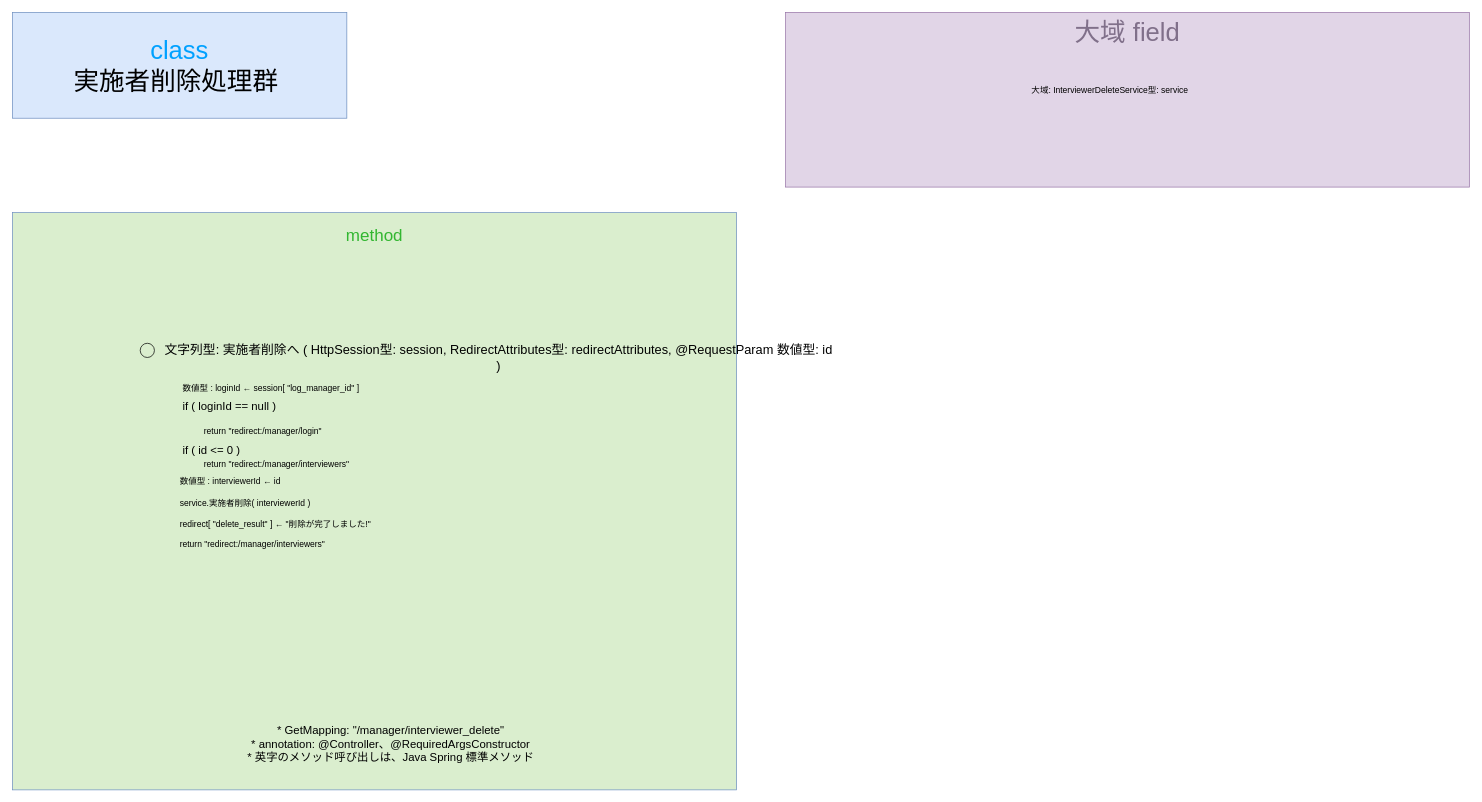
The draw.io diagram gijigengo/controller/manager/meeting_reservation_sys controller_manager InterviewerDeleteControllerクラス 疑似言語.drawio in tro319/meeting_reservation_system, before the edit. Source tidied: cells renumbered, new cells numbered last; positions are measured from the earlier drawing's top-left corner, leaving out a move shared by most shapes. Both pictures are drawn from the tidied source at 71%, with x=0, y=0 at pixel (12, 12).
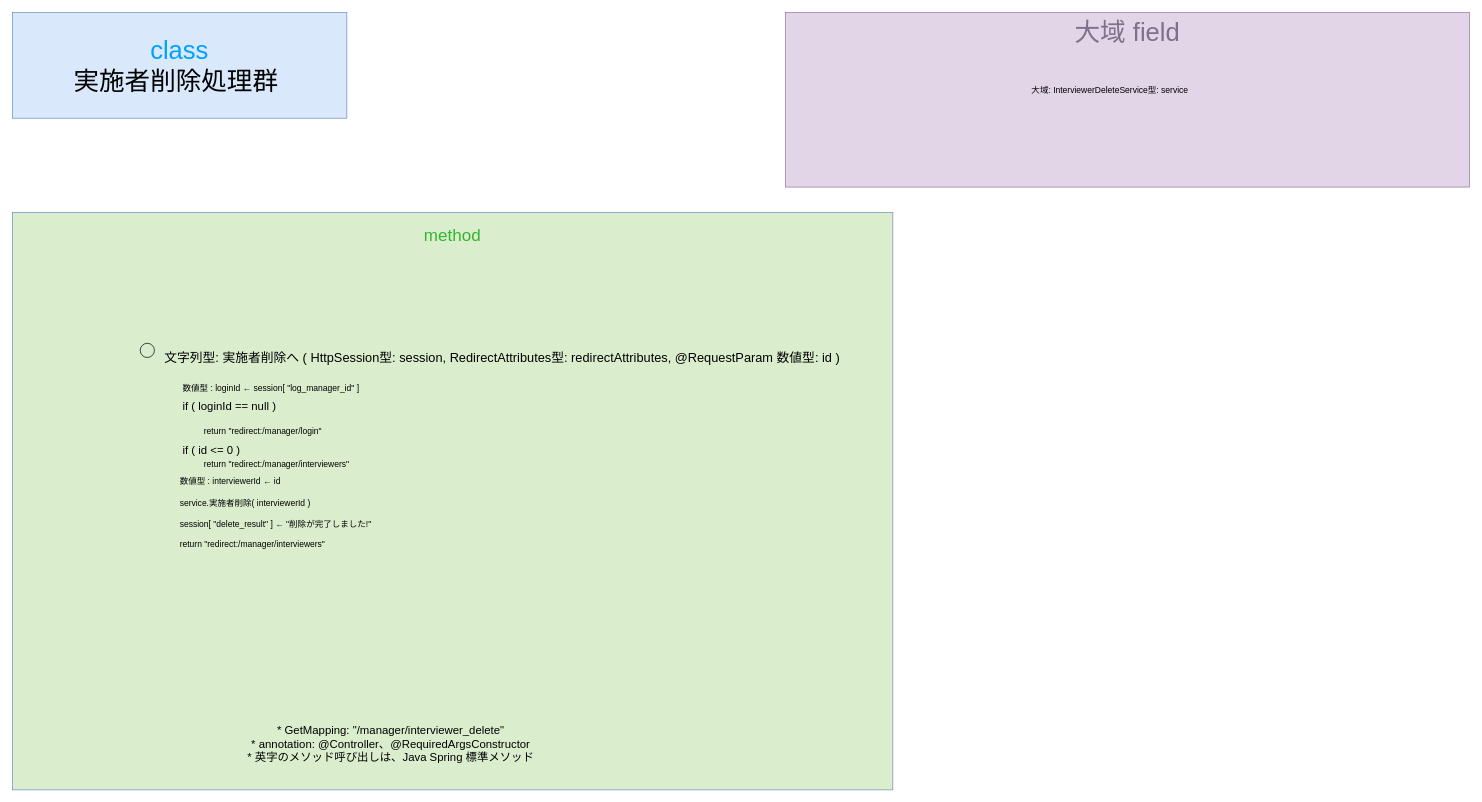
The same diagram, later.

Diff of the diagram source:
```diff
@@
 <mxGraphModel>
   <root>
     <mxCell id="0" />
     <mxCell id="1" parent="0" />
     <mxCell id="2" value="&lt;div&gt;&lt;span style=&quot;color: rgb(0, 161, 255);&quot;&gt;class&lt;/span&gt;&lt;/div&gt;&lt;div&gt;実施者削除処理群&amp;nbsp;&lt;/div&gt;" style="text;html=1;whiteSpace=wrap;strokeColor=#6c8ebf;fillColor=#dae8fc;align=center;verticalAlign=middle;rounded=0;fontSize=36;" parent="1" vertex="1">
       <mxGeometry width="471" height="149" as="geometry" />
     </mxCell>
     <mxCell id="3" value="&lt;div&gt;&lt;font style=&quot;font-size: 24px;&quot;&gt;&lt;span style=&quot;color: rgb(50, 182, 49);&quot;&gt;&lt;span style=&quot;&quot;&gt;&lt;span style=&quot;&quot;&gt;&lt;span&gt;method&lt;/span&gt;&lt;/span&gt;&lt;/span&gt;&lt;/span&gt;&lt;/font&gt;&lt;/div&gt;&lt;div&gt;&lt;font style=&quot;font-size: 24px;&quot;&gt;&lt;span style=&quot;color: rgba(0, 0, 0, 0);&quot;&gt;&lt;span style=&quot;color: rgba(0, 0, 0, 0);&quot;&gt;&lt;span style=&quot;&quot;&gt;&lt;span style=&quot;&quot;&gt;&lt;br&gt;&lt;/span&gt;&lt;/span&gt;&lt;/span&gt;&lt;/span&gt;&lt;/font&gt;&lt;/div&gt;" style="text;html=1;whiteSpace=wrap;strokeColor=#6c8ebf;fillColor=light-dark(#daeece, #214210);align=center;verticalAlign=top;rounded=0;fontSize=36;fontColor=#00A1FF;" parent="1" vertex="1">
-      <mxGeometry y="282" width="1020" height="813" as="geometry" />
+      <mxGeometry y="282" width="1240" height="813" as="geometry" />
     </mxCell>
     <mxCell id="4" value="&lt;div&gt;&lt;span style=&quot;color: rgb(0, 0, 0);&quot;&gt;&lt;font&gt;数値型 : loginId ←&amp;nbsp;&lt;/font&gt;&lt;/span&gt;&lt;span style=&quot;color: rgb(0, 0, 0);&quot;&gt;&lt;font&gt;session[ &quot;log_manager_id&quot; ]&lt;/font&gt;&lt;/span&gt;&lt;/div&gt;" style="text;html=1;whiteSpace=wrap;strokeColor=none;fillColor=none;align=left;verticalAlign=middle;rounded=0;fontSize=12;" parent="1" vertex="1">
       <mxGeometry x="238" y="515" width="590" height="30" as="geometry" />
     </mxCell>
     <mxCell id="5" value="&lt;div&gt;&lt;span&gt;&lt;span&gt;&lt;span style=&quot;color: rgb(0, 0, 0);&quot;&gt;&lt;font style=&quot;font-size: 16px;&quot;&gt;* GetMapping: &quot;/manager/interviewer_delete&quot;&lt;/font&gt;&lt;/span&gt;&lt;/span&gt;&lt;/span&gt;&lt;/div&gt;&lt;div&gt;&lt;span&gt;&lt;span&gt;&lt;span style=&quot;color: rgb(0, 0, 0);&quot;&gt;&lt;font style=&quot;font-size: 16px;&quot;&gt;* annotation: @Controller、@RequiredArgsConstructor&lt;/font&gt;&lt;/span&gt;&lt;/span&gt;&lt;/span&gt;&lt;/div&gt;&lt;div&gt;&lt;span&gt;&lt;span&gt;&lt;span style=&quot;color: rgb(0, 0, 0);&quot;&gt;&lt;font style=&quot;font-size: 16px;&quot;&gt;* 英字のメソッド呼び出しは、Java Spring 標準メソッド&lt;/font&gt;&lt;/span&gt;&lt;/span&gt;&lt;/span&gt;&lt;/div&gt;" style="text;html=1;whiteSpace=wrap;strokeColor=none;fillColor=none;align=center;verticalAlign=middle;rounded=0;" parent="1" vertex="1">
       <mxGeometry x="238" y="1015" width="590" height="30" as="geometry" />
     </mxCell>
     <mxCell id="6" value="&lt;div align=&quot;left&quot;&gt;&lt;span style=&quot;color: rgb(0, 0, 0);&quot;&gt;&lt;font style=&quot;font-size: 16px;&quot;&gt;if ( loginId == null )&amp;nbsp;&lt;/font&gt;&lt;/span&gt;&lt;/div&gt;" style="text;html=1;whiteSpace=wrap;strokeColor=none;fillColor=none;align=left;verticalAlign=middle;rounded=0;" parent="1" vertex="1">
       <mxGeometry x="238" y="540" width="590" height="30" as="geometry" />
     </mxCell>
     <mxCell id="7" value="service.実施者削除( interviewerId )" style="text;html=1;whiteSpace=wrap;strokeColor=none;fillColor=none;align=left;verticalAlign=middle;rounded=0;" parent="1" vertex="1">
       <mxGeometry x="234" y="676" width="590" height="30" as="geometry" />
     </mxCell>
     <mxCell id="8" value="return &quot;redirect:/manager/interviewers&quot;" style="text;html=1;whiteSpace=wrap;strokeColor=none;fillColor=none;align=left;verticalAlign=middle;rounded=0;" parent="1" vertex="1">
       <mxGeometry x="268" y="622" width="590" height="30" as="geometry" />
     </mxCell>
     <mxCell id="9" value="&lt;font&gt;大域 field&lt;/font&gt;" style="rounded=0;whiteSpace=wrap;html=1;fillColor=#e1d5e7;strokeColor=#9673a6;verticalAlign=top;fontSize=36;fontColor=#80708A;" parent="1" vertex="1">
       <mxGeometry x="1089" width="963" height="246" as="geometry" />
     </mxCell>
     <mxCell id="10" value="&lt;font&gt;&lt;span&gt;&lt;span&gt;&lt;span style=&quot;color: rgb(0, 0, 0);&quot;&gt;&lt;font&gt;大域: InterviewerDeleteService型: service&lt;/font&gt;&lt;/span&gt;&lt;/span&gt;&lt;/span&gt;&lt;/font&gt;" style="whiteSpace=wrap;html=1;fillColor=none;labelBorderColor=none;strokeColor=none;fontSize=12;" parent="1" vertex="1">
       <mxGeometry x="1238.5" y="95" width="614" height="30" as="geometry" />
     </mxCell>
     <mxCell id="11" value="&amp;nbsp; &amp;nbsp; &amp;nbsp; &amp;nbsp; &amp;nbsp; &amp;nbsp; &amp;nbsp;" style="ellipse;whiteSpace=wrap;html=1;fillColor=none;" parent="1" vertex="1">
       <mxGeometry x="180" y="466" width="20" height="20" as="geometry" />
     </mxCell>
     <mxCell id="12" value="&lt;font style=&quot;font-size: 18px;&quot;&gt;&lt;span&gt;&lt;span&gt;&lt;span style=&quot;color: rgb(0, 0, 0);&quot;&gt;&lt;font&gt;文字列型: 実施者削除へ ( HttpSession型: session, RedirectAttributes型: redirectAttributes, @RequestParam 数値型: id )&lt;/font&gt;&lt;/span&gt;&lt;/span&gt;&lt;/span&gt;&lt;/font&gt;" style="whiteSpace=wrap;html=1;fillColor=none;labelBorderColor=none;strokeColor=none;" parent="1" vertex="1">
-      <mxGeometry x="210" y="472" width="950.3" height="30" as="geometry" />
+      <mxGeometry x="210" y="472" width="960" height="30" as="geometry" />
     </mxCell>
-    <mxCell id="13" value="redirect[ &quot;delete_result&quot; ] ← &quot;削除が完了しました!&quot;" style="text;html=1;whiteSpace=wrap;strokeColor=none;fillColor=none;align=left;verticalAlign=middle;rounded=0;" parent="1" vertex="1">
+    <mxCell id="13" value="session[ &quot;delete_result&quot; ] ← &quot;削除が完了しました!&quot;" style="text;html=1;whiteSpace=wrap;strokeColor=none;fillColor=none;align=left;verticalAlign=middle;rounded=0;" parent="1" vertex="1">
       <mxGeometry x="234" y="706" width="590" height="30" as="geometry" />
     </mxCell>
     <mxCell id="14" value="return &quot;redirect:/manager/interviewers&quot;" style="text;html=1;whiteSpace=wrap;strokeColor=none;fillColor=none;align=left;verticalAlign=middle;rounded=0;" parent="1" vertex="1">
       <mxGeometry x="234" y="734" width="590" height="30" as="geometry" />
     </mxCell>
     <mxCell id="15" value="&lt;div&gt;&lt;span style=&quot;color: rgb(0, 0, 0);&quot;&gt;&lt;font&gt;数値型 : interviewerId ← id&lt;/font&gt;&lt;/span&gt;&lt;/div&gt;" style="text;html=1;whiteSpace=wrap;strokeColor=none;fillColor=none;align=left;verticalAlign=middle;rounded=0;fontSize=12;" parent="1" vertex="1">
       <mxGeometry x="234" y="645" width="590" height="30" as="geometry" />
     </mxCell>
     <mxCell id="16" value="return &quot;redirect:/manager/login&quot;" style="text;html=1;whiteSpace=wrap;strokeColor=none;fillColor=none;align=left;verticalAlign=middle;rounded=0;" parent="1" vertex="1">
       <mxGeometry x="268" y="575" width="590" height="30" as="geometry" />
     </mxCell>
     <mxCell id="17" value="&lt;div align=&quot;left&quot;&gt;&lt;span style=&quot;color: rgb(0, 0, 0);&quot;&gt;&lt;font style=&quot;font-size: 16px;&quot;&gt;if ( id &amp;lt;= 0 )&amp;nbsp;&lt;/font&gt;&lt;/span&gt;&lt;/div&gt;" style="text;html=1;whiteSpace=wrap;strokeColor=none;fillColor=none;align=left;verticalAlign=middle;rounded=0;" parent="1" vertex="1">
       <mxGeometry x="238" y="602" width="590" height="30" as="geometry" />
     </mxCell>
   </root>
 </mxGraphModel>
```
